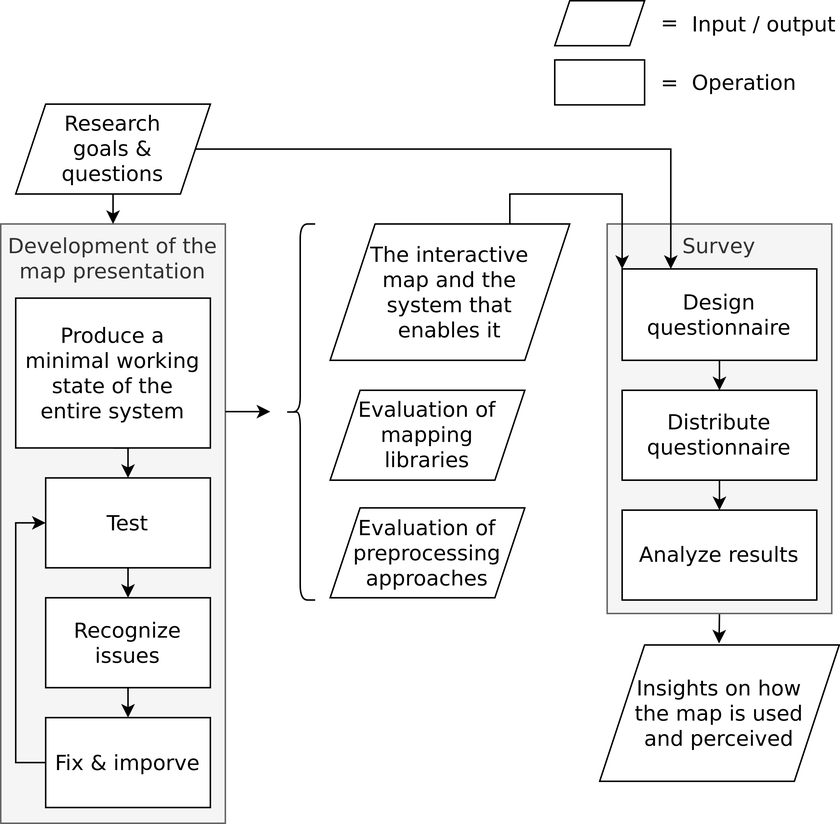
Before: thesis/visual/figures/diagrams/study_design.png, a diagram exported from draw.io (eemilhaa/thesis). Source tidied: cells renumbered, new cells last; positions are measured from the earlier drawing's top-left corner, leaving out a move shared by most shapes.
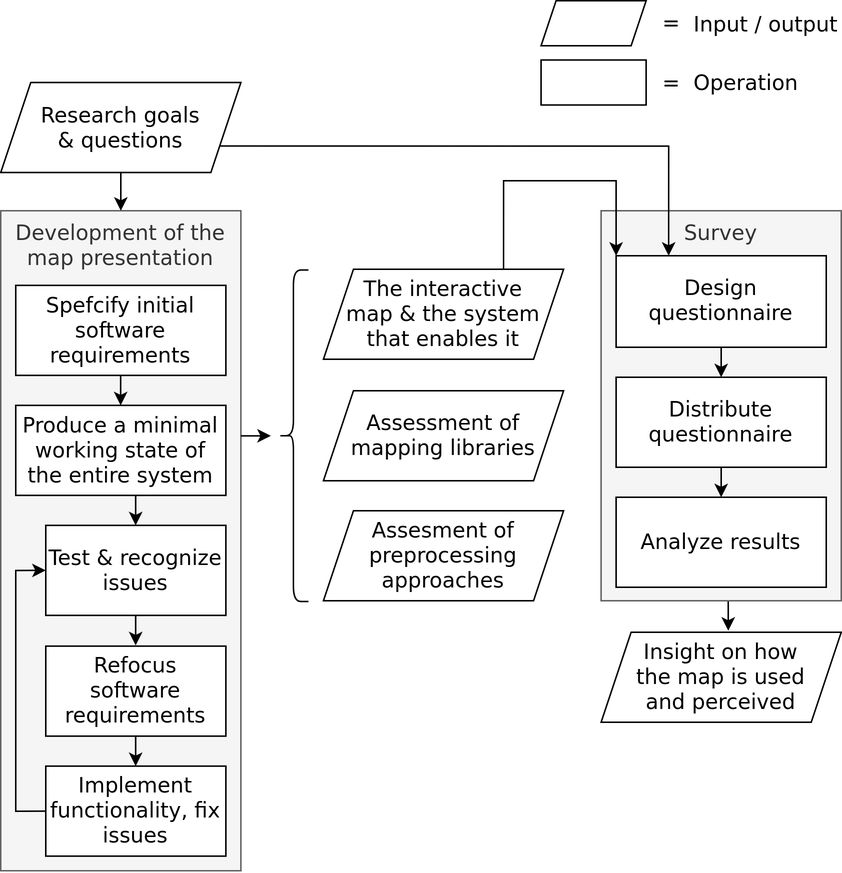
Above is the later version.

Commit message:
study design

The edit, as a diff of the source:
```diff
@@ -4,32 +4,26 @@
     <mxCell id="1" parent="0" />
     <mxCell id="2" style="edgeStyle=orthogonalEdgeStyle;rounded=0;jettySize=auto;html=1;exitX=0.5;exitY=1;exitDx=0;exitDy=0;" parent="1" edge="1" source="3">
       <mxGeometry relative="1" as="geometry">
-        <mxPoint x="479.7" y="429" as="targetPoint" />
+        <mxPoint x="484.7" y="420" as="targetPoint" />
       </mxGeometry>
     </mxCell>
     <mxCell id="3" value="Survey" style="rounded=0;whiteSpace=wrap;html=1;align=center;fontFamily=Dejavu sans;shadow=0;verticalAlign=top;fontSize=14;fillColor=#f5f5f5;fontColor=#333333;strokeColor=#666666;" parent="1" vertex="1">
-      <mxGeometry x="405" y="149" width="150" height="260" as="geometry" />
+      <mxGeometry x="400" y="140" width="160" height="260" as="geometry" />
     </mxCell>
     <mxCell id="4" value="Development of the map presentation" style="rounded=0;whiteSpace=wrap;html=1;align=center;fontFamily=Dejavu sans;shadow=0;verticalAlign=top;fontSize=14;fillColor=#f5f5f5;fontColor=#333333;strokeColor=#666666;" parent="1" vertex="1">
-      <mxGeometry y="149" width="150" height="400" as="geometry" />
+      <mxGeometry y="140" width="160" height="440" as="geometry" />
     </mxCell>
-    <mxCell id="5" style="edgeStyle=orthogonalEdgeStyle;rounded=0;jettySize=auto;html=1;exitX=0.5;exitY=1;exitDx=0;exitDy=0;entryX=0.5;entryY=0;entryDx=0;entryDy=0;spacing=2;" parent="1" edge="1" source="6" target="8">
-      <mxGeometry relative="1" as="geometry" />
-    </mxCell>
-    <mxCell id="6" value="Produce a minimal working state of the entire system" style="rounded=0;whiteSpace=wrap;html=1;fontFamily=Dejavu sans;shadow=0;fontSize=14;spacing=3;" parent="1" vertex="1">
-      <mxGeometry x="10" y="198.5" width="130" height="100" as="geometry" />
+    <mxCell id="6" value="Produce a minimal working state of the entire system " style="rounded=0;whiteSpace=wrap;html=1;fontFamily=Dejavu sans;shadow=0;fontSize=14;spacing=3;" parent="1" vertex="1">
+      <mxGeometry x="10" y="269.8" width="140" height="60" as="geometry" />
     </mxCell>
-    <mxCell id="7" style="edgeStyle=orthogonalEdgeStyle;rounded=0;jettySize=auto;html=1;exitX=0.5;exitY=1;exitDx=0;exitDy=0;entryX=0.5;entryY=0;entryDx=0;entryDy=0;" parent="1" edge="1" source="8" target="18">
-      <mxGeometry relative="1" as="geometry" />
-    </mxCell>
-    <mxCell id="8" value="Test" style="rounded=0;whiteSpace=wrap;html=1;fontFamily=Dejavu sans;shadow=0;fontSize=14;spacing=2;" parent="1" vertex="1">
-      <mxGeometry x="30" y="318.5" width="110" height="60" as="geometry" />
+    <mxCell id="8" value="Refocus software requirements" style="rounded=0;whiteSpace=wrap;html=1;fontFamily=Dejavu sans;shadow=0;fontSize=14;spacing=2;" parent="1" vertex="1">
+      <mxGeometry x="30" y="430.2" width="120" height="60" as="geometry" />
     </mxCell>
     <mxCell id="9" style="shape=parallelogram;perimeter=parallelogramPerimeter;whiteSpace=wrap;html=1;fixedSize=1;fontFamily=Dejavu sans;size=10;spacing=2;" parent="1" vertex="1">
-      <mxGeometry x="370" width="60" height="30" as="geometry" />
+      <mxGeometry x="360" width="70" height="30" as="geometry" />
     </mxCell>
     <mxCell id="10" style="rounded=0;whiteSpace=wrap;html=1;fontFamily=Dejavu sans;shadow=0;fontSize=14;spacing=2;" parent="1" vertex="1">
-      <mxGeometry x="370" y="39.5" width="60" height="30" as="geometry" />
+      <mxGeometry x="360" y="39.5" width="70" height="30" as="geometry" />
     </mxCell>
     <mxCell id="11" value="Input / output" style="text;html=1;strokeColor=none;fillColor=none;align=left;verticalAlign=middle;whiteSpace=wrap;rounded=0;fontSize=14;fontFamily=Dejavu sans;spacing=2;" parent="1" vertex="1">
       <mxGeometry x="460" y="0.5" width="100" height="30" as="geometry" />
@@ -43,70 +37,94 @@
     <mxCell id="14" value="=" style="text;html=1;strokeColor=none;fillColor=none;align=right;verticalAlign=middle;whiteSpace=wrap;rounded=0;fontSize=14;fontFamily=Dejavu sans;spacing=2;" parent="1" vertex="1">
       <mxGeometry x="415" width="40" height="30" as="geometry" />
     </mxCell>
-    <mxCell id="15" style="edgeStyle=orthogonalEdgeStyle;rounded=0;jettySize=auto;html=1;exitX=0;exitY=0.5;exitDx=0;exitDy=0;entryX=0;entryY=0.5;entryDx=0;entryDy=0;" parent="1" edge="1" source="16" target="8">
-      <mxGeometry relative="1" as="geometry">
-        <Array as="points">
-          <mxPoint x="10" y="509" />
-          <mxPoint x="10" y="349" />
-        </Array>
-      </mxGeometry>
-    </mxCell>
+    <mxCell id="34" style="edgeStyle=orthogonalEdgeStyle;rounded=0;jettySize=auto;html=1;exitX=0;exitY=0.5;exitDx=0;exitDy=0;entryX=0;entryY=0.5;entryDx=0;entryDy=0;" parent="1" edge="1" source="16" target="18">
+      <mxGeometry relative="1" as="geometry" />
+    </mxCell>
-    <mxCell id="16" value="Fix &amp;amp; imporve" style="rounded=0;whiteSpace=wrap;html=1;fontFamily=Dejavu sans;shadow=0;fontSize=14;spacing=2;" parent="1" vertex="1">
-      <mxGeometry x="30" y="478.5" width="110" height="60" as="geometry" />
+    <mxCell id="16" value="Implement functionality, fix issues" style="rounded=0;whiteSpace=wrap;html=1;fontFamily=Dejavu sans;shadow=0;fontSize=14;spacing=2;" parent="1" vertex="1">
+      <mxGeometry x="30" y="510.2" width="120" height="60" as="geometry" />
     </mxCell>
-    <mxCell id="17" style="edgeStyle=orthogonalEdgeStyle;rounded=0;jettySize=auto;html=1;exitX=0.5;exitY=1;exitDx=0;exitDy=0;entryX=0.5;entryY=0;entryDx=0;entryDy=0;" parent="1" edge="1" source="18" target="16">
-      <mxGeometry relative="1" as="geometry" />
-    </mxCell>
-    <mxCell id="18" value="Recognize issues" style="rounded=0;whiteSpace=wrap;html=1;fontFamily=Dejavu sans;shadow=0;fontSize=14;spacing=2;" parent="1" vertex="1">
-      <mxGeometry x="30" y="398.5" width="110" height="60" as="geometry" />
+    <mxCell id="18" value="Test &amp;amp; recognize issues" style="rounded=0;whiteSpace=wrap;html=1;fontFamily=Dejavu sans;shadow=0;fontSize=14;spacing=3;" parent="1" vertex="1">
+      <mxGeometry x="30" y="349.8" width="120" height="60" as="geometry" />
     </mxCell>
     <mxCell id="19" style="edgeStyle=orthogonalEdgeStyle;rounded=0;jettySize=auto;html=1;exitX=0.75;exitY=0;exitDx=0;exitDy=0;entryX=0;entryY=0;entryDx=0;entryDy=0;" parent="1" edge="1" source="20" target="27">
-      <mxGeometry relative="1" as="geometry" />
+      <mxGeometry relative="1" as="geometry">
+        <Array as="points">
+          <mxPoint x="335" y="120" />
+          <mxPoint x="410" y="120" />
+        </Array>
+      </mxGeometry>
     </mxCell>
-    <mxCell id="20" value="&lt;div&gt;The interactive map and the system that enables it&lt;/div&gt;" style="shape=parallelogram;perimeter=parallelogramPerimeter;whiteSpace=wrap;html=1;fixedSize=1;fontFamily=Dejavu sans;fontSize=14;size=30;spacing=16;" parent="1" vertex="1">
-      <mxGeometry x="220" y="149" width="160" height="91" as="geometry" />
+    <mxCell id="20" value="&lt;div&gt;The interactive map &amp;amp; the system that enables it&lt;/div&gt;" style="shape=parallelogram;perimeter=parallelogramPerimeter;whiteSpace=wrap;html=1;fixedSize=1;fontFamily=Dejavu sans;fontSize=14;size=20;spacing=11;" parent="1" vertex="1">
+      <mxGeometry x="215" y="179" width="160" height="60" as="geometry" />
     </mxCell>
-    <mxCell id="21" value="Evaluation of mapping libraries" style="shape=parallelogram;perimeter=parallelogramPerimeter;whiteSpace=wrap;html=1;fixedSize=1;fontFamily=Dejavu sans;fontSize=14;spacing=16;" parent="1" vertex="1">
-      <mxGeometry x="220" y="260" width="130" height="60" as="geometry" />
+    <mxCell id="21" value="Assessment of mapping libraries" style="shape=parallelogram;perimeter=parallelogramPerimeter;whiteSpace=wrap;html=1;fixedSize=1;fontFamily=Dejavu sans;fontSize=14;spacing=0;" parent="1" vertex="1">
+      <mxGeometry x="215" y="260" width="160" height="60" as="geometry" />
     </mxCell>
-    <mxCell id="22" value="Evaluation of preprocessing approaches" style="shape=parallelogram;perimeter=parallelogramPerimeter;whiteSpace=wrap;html=1;fixedSize=1;fontFamily=Dejavu sans;fontSize=14;" parent="1" vertex="1">
-      <mxGeometry x="220" y="338.5" width="130" height="60" as="geometry" />
+    <mxCell id="22" value="Assesment of preprocessing approaches" style="shape=parallelogram;perimeter=parallelogramPerimeter;whiteSpace=wrap;html=1;fixedSize=1;fontFamily=Dejavu sans;fontSize=14;spacing=2;" parent="1" vertex="1">
+      <mxGeometry x="215" y="340" width="160" height="60" as="geometry" />
     </mxCell>
+    <mxCell id="24" style="edgeStyle=orthogonalEdgeStyle;rounded=0;jettySize=auto;html=1;exitX=1;exitY=0.75;exitDx=0;exitDy=0;entryX=0.25;entryY=0;entryDx=0;entryDy=0;" parent="1" edge="1" source="25" target="27">
+      <mxGeometry relative="1" as="geometry" />
+    </mxCell>
     <mxCell id="23" style="edgeStyle=orthogonalEdgeStyle;rounded=0;jettySize=auto;html=1;exitX=0.5;exitY=1;exitDx=0;exitDy=0;entryX=0.5;entryY=0;entryDx=0;entryDy=0;" parent="1" edge="1" source="25" target="4">
       <mxGeometry relative="1" as="geometry" />
     </mxCell>
-    <mxCell id="24" style="edgeStyle=orthogonalEdgeStyle;rounded=0;jettySize=auto;html=1;exitX=1;exitY=0.5;exitDx=0;exitDy=0;entryX=0.25;entryY=0;entryDx=0;entryDy=0;" parent="1" edge="1" source="25" target="27">
-      <mxGeometry relative="1" as="geometry" />
-    </mxCell>
-    <mxCell id="25" value="Research goals &amp;amp; questions" style="shape=parallelogram;perimeter=parallelogramPerimeter;whiteSpace=wrap;html=1;fixedSize=1;fontFamily=Dejavu sans;fontSize=14;spacing=14;" parent="1" vertex="1">
-      <mxGeometry x="10" y="69" width="130" height="60" as="geometry" />
+    <mxCell id="25" value="Research goals &amp;amp; questions" style="shape=parallelogram;perimeter=parallelogramPerimeter;whiteSpace=wrap;html=1;fixedSize=1;fontFamily=Dejavu sans;fontSize=14;spacing=21;" parent="1" vertex="1">
+      <mxGeometry y="54.5" width="160" height="60" as="geometry" />
     </mxCell>
     <mxCell id="26" style="edgeStyle=orthogonalEdgeStyle;rounded=0;jettySize=auto;html=1;exitX=0.5;exitY=1;exitDx=0;exitDy=0;entryX=0.5;entryY=0;entryDx=0;entryDy=0;" parent="1" edge="1" source="27" target="29">
       <mxGeometry relative="1" as="geometry" />
     </mxCell>
     <mxCell id="27" value="Design questionnaire" style="rounded=0;whiteSpace=wrap;html=1;fontFamily=Dejavu sans;shadow=0;fontSize=14;spacing=2;" parent="1" vertex="1">
-      <mxGeometry x="415" y="179" width="130" height="61" as="geometry" />
+      <mxGeometry x="410" y="170" width="140" height="61" as="geometry" />
     </mxCell>
     <mxCell id="28" style="edgeStyle=orthogonalEdgeStyle;rounded=0;jettySize=auto;html=1;exitX=0.5;exitY=1;exitDx=0;exitDy=0;entryX=0.5;entryY=0;entryDx=0;entryDy=0;" parent="1" edge="1" source="29" target="30">
       <mxGeometry relative="1" as="geometry" />
     </mxCell>
     <mxCell id="29" value="Distribute questionnaire" style="rounded=0;whiteSpace=wrap;html=1;fontFamily=Dejavu sans;shadow=0;fontSize=14;spacing=2;" parent="1" vertex="1">
-      <mxGeometry x="415" y="260" width="130" height="60" as="geometry" />
+      <mxGeometry x="410" y="251" width="140" height="60" as="geometry" />
     </mxCell>
     <mxCell id="30" value="Analyze results" style="rounded=0;whiteSpace=wrap;html=1;fontFamily=Dejavu sans;shadow=0;fontSize=14;spacing=2;" parent="1" vertex="1">
-      <mxGeometry x="415" y="340" width="130" height="60" as="geometry" />
+      <mxGeometry x="410" y="331" width="140" height="60" as="geometry" />
     </mxCell>
     <mxCell id="31" style="shape=curlyBracket;whiteSpace=wrap;html=1;rounded=1;labelPosition=left;verticalLabelPosition=middle;align=right;verticalAlign=middle;" parent="1" vertex="1">
-      <mxGeometry x="190" y="149" width="20" height="251" as="geometry" />
+      <mxGeometry x="185" y="179.5" width="20" height="221" as="geometry" />
     </mxCell>
     <mxCell id="32" style="endArrow=classic;html=1;rounded=0;" parent="1" edge="1">
       <mxGeometry relative="1" as="geometry">
-        <mxPoint x="150" y="274.3" as="sourcePoint" />
-        <mxPoint x="180" y="274.3" as="targetPoint" />
+        <mxPoint x="160" y="290.1" as="sourcePoint" />
+        <mxPoint x="180" y="290.1" as="targetPoint" />
       </mxGeometry>
     </mxCell>
-    <mxCell id="33" value="Insights on how the map is used and perceived" style="shape=parallelogram;perimeter=parallelogramPerimeter;whiteSpace=wrap;html=1;fixedSize=1;fontFamily=Dejavu sans;fontSize=14;size=30;spacing=16;" parent="1" vertex="1">
-      <mxGeometry x="400" y="430" width="160" height="91" as="geometry" />
+    <mxCell id="33" value="Insight on how the map is used and perceived" style="shape=parallelogram;perimeter=parallelogramPerimeter;whiteSpace=wrap;html=1;fixedSize=1;fontFamily=Dejavu sans;fontSize=14;size=20;spacing=16;" parent="1" vertex="1">
+      <mxGeometry x="400" y="421" width="160" height="60" as="geometry" />
     </mxCell>
+    <mxCell id="35" value="Spefcify initial software requirements" style="rounded=0;whiteSpace=wrap;html=1;fontFamily=Dejavu sans;shadow=0;fontSize=14;spacing=3;" parent="1" vertex="1">
+      <mxGeometry x="10" y="189.8" width="140" height="60" as="geometry" />
+    </mxCell>
+    <mxCell id="36" style="endArrow=classic;html=1;rounded=0;" parent="1" edge="1">
+      <mxGeometry relative="1" as="geometry">
+        <mxPoint x="79.9" y="249.8" as="sourcePoint" />
+        <mxPoint x="79.9" y="269.8" as="targetPoint" />
+      </mxGeometry>
+    </mxCell>
+    <mxCell id="37" style="endArrow=classic;html=1;rounded=0;" parent="1" edge="1">
+      <mxGeometry relative="1" as="geometry">
+        <mxPoint x="89.9" y="329.8" as="sourcePoint" />
+        <mxPoint x="89.9" y="349.8" as="targetPoint" />
+      </mxGeometry>
+    </mxCell>
+    <mxCell id="38" style="endArrow=classic;html=1;rounded=0;" parent="1" edge="1">
+      <mxGeometry relative="1" as="geometry">
+        <mxPoint x="89.9" y="409.8" as="sourcePoint" />
+        <mxPoint x="89.9" y="429.8" as="targetPoint" />
+      </mxGeometry>
+    </mxCell>
+    <mxCell id="39" style="endArrow=classic;html=1;rounded=0;" parent="1" edge="1">
+      <mxGeometry relative="1" as="geometry">
+        <mxPoint x="89.9" y="490.2" as="sourcePoint" />
+        <mxPoint x="89.9" y="510.2" as="targetPoint" />
+      </mxGeometry>
+    </mxCell>
   </root>
 </mxGraphModel>
```
